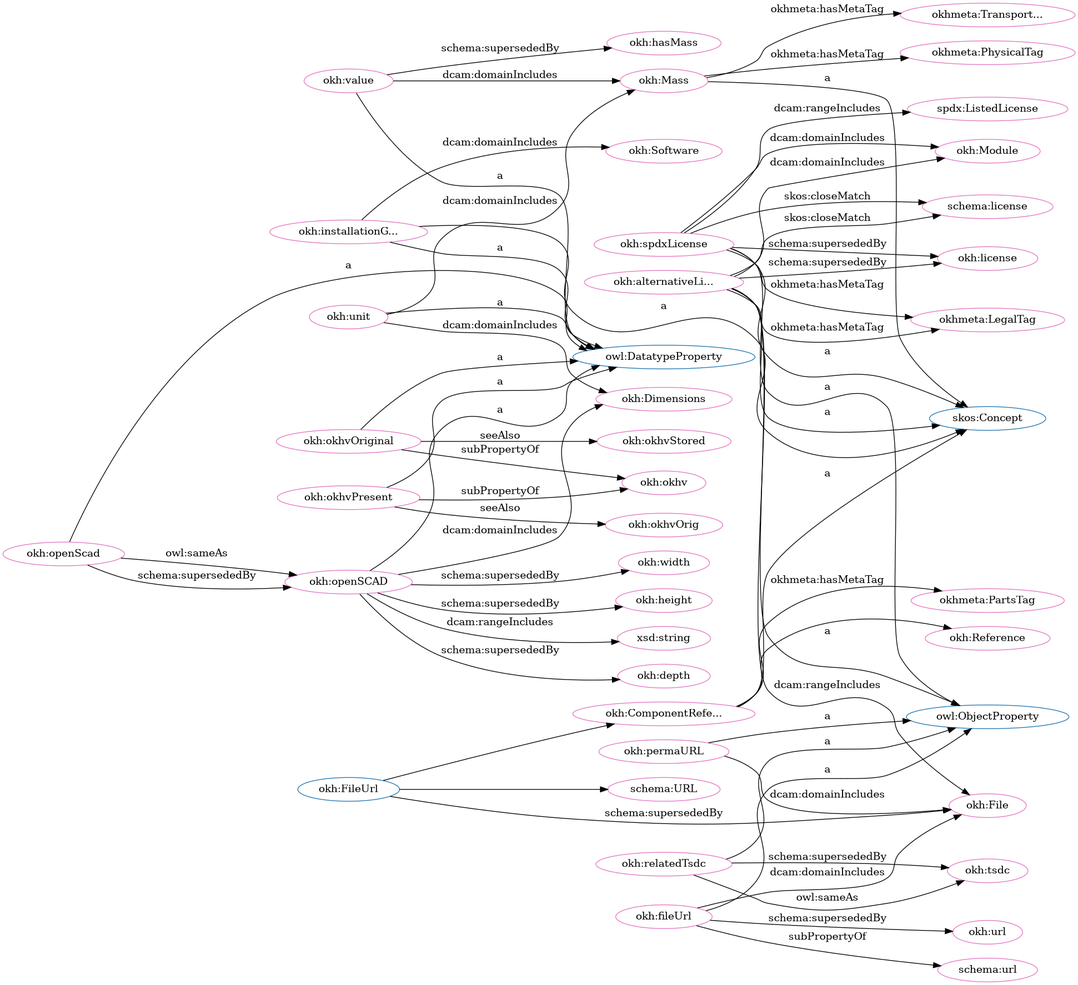
Before: src/spec/dot_okh_deprecated.png, a diagram exported from Graphviz (iop-alliance/OpenKnowHow). Its source is kept beside it as src/spec/dot_okh_deprecated.dot.
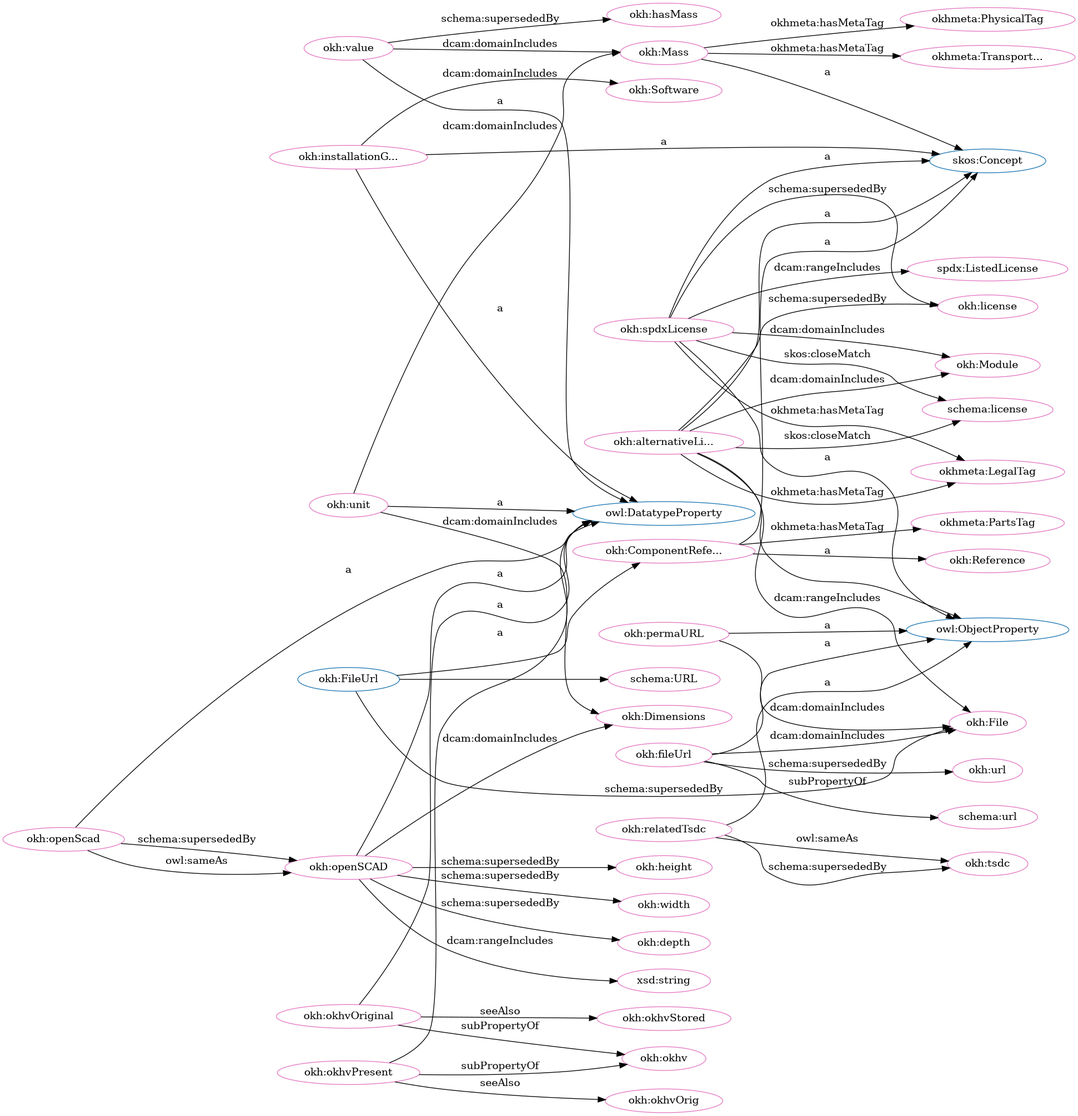
After the change.

Diff of the diagram source:
```diff
@@ -1,106 +1,106 @@
 digraph G {
   rankdir=BT
   node[height=.3]
-"http://w3id.org/oseg/ont/okh#Reference" [fillcolor="#1f77b4" color="#1f77b4" label="okh:Reference"]
+"http://www.w3.org/2002/07/owl#DatatypeProperty" [fillcolor="#1f77b4" color="#1f77b4" label="owl:DatatypeProperty"]
+"http://w3id.org/oseg/ont/okh#Mass" [fillcolor="#1f77b4" color="#1f77b4" label="okh:Mass"]
+"http://w3id.org/oseg/ont/okh#ComponentReference" [fillcolor="#1f77b4" color="#1f77b4" label="okh:ComponentRefe..."]
+"http://www.w3.org/2002/07/owl#ObjectProperty" [fillcolor="#1f77b4" color="#1f77b4" label="owl:ObjectProperty"]
 "http://w3id.org/oseg/ont/okh#FileUrl" [fillcolor="#1f77b4" color="#1f77b4" label="okh:FileUrl"]
 "http://schema.org/URL" [fillcolor="#1f77b4" color="#1f77b4" label="schema:URL"]
-"http://www.w3.org/2002/07/owl#DatatypeProperty" [fillcolor="#1f77b4" color="#1f77b4" label="owl:DatatypeProperty"]
 "http://www.w3.org/2004/02/skos/core#Concept" [fillcolor="#1f77b4" color="#1f77b4" label="skos:Concept"]
-"http://www.w3.org/2002/07/owl#ObjectProperty" [fillcolor="#1f77b4" color="#1f77b4" label="owl:ObjectProperty"]
-"http://w3id.org/oseg/ont/okh#ComponentReference" [fillcolor="#1f77b4" color="#1f77b4" label="okh:ComponentRefe..."]
-"http://w3id.org/oseg/ont/okh#Mass" [fillcolor="#1f77b4" color="#1f77b4" label="okh:Mass"]
+"http://w3id.org/oseg/ont/okh#Reference" [fillcolor="#1f77b4" color="#1f77b4" label="okh:Reference"]
+"http://w3id.org/oseg/ont/okhmetaTransportationTag" [fillcolor="#e377c2" color="#e377c2" label="okhmeta:Transport..."]
+"http://w3id.org/oseg/ont/okh#alternativeLicense" [fillcolor="#e377c2" color="#e377c2" label="okh:alternativeLi..."]
+"http://w3id.org/oseg/ont/okh#File" [fillcolor="#e377c2" color="#e377c2" label="okh:File"]
+"http://w3id.org/oseg/ont/okh#tsdc" [fillcolor="#e377c2" color="#e377c2" label="okh:tsdc"]
+"http://w3id.org/oseg/ont/okh#depth" [fillcolor="#e377c2" color="#e377c2" label="okh:depth"]
+"http://w3id.org/oseg/ont/okh#ComponentReference" [fillcolor="#e377c2" color="#e377c2" label="okh:ComponentRefe..."]
+"http://w3id.org/oseg/ont/okh#fileUrl" [fillcolor="#e377c2" color="#e377c2" label="okh:fileUrl"]
+"http://www.w3.org/2001/XMLSchema#string" [fillcolor="#e377c2" color="#e377c2" label="xsd:string"]
+"http://w3id.org/oseg/ont/okhmetaLegalTag" [fillcolor="#e377c2" color="#e377c2" label="okhmeta:LegalTag"]
+"http://w3id.org/oseg/ont/okh#value" [fillcolor="#e377c2" color="#e377c2" label="okh:value"]
+"http://w3id.org/oseg/ont/okh#installationGuide" [fillcolor="#e377c2" color="#e377c2" label="okh:installationG..."]
+"http://w3id.org/oseg/ont/okh#url" [fillcolor="#e377c2" color="#e377c2" label="okh:url"]
+"http://w3id.org/oseg/ont/okh#openSCAD" [fillcolor="#e377c2" color="#e377c2" label="okh:openSCAD"]
+"http://spdx.org/rdf/terms#ListedLicense" [fillcolor="#e377c2" color="#e377c2" label="spdx:ListedLicense"]
+"http://schema.org/license" [fillcolor="#e377c2" color="#e377c2" label="schema:license"]
+"http://w3id.org/oseg/ont/okh#Mass" [fillcolor="#e377c2" color="#e377c2" label="okh:Mass"]
+"http://w3id.org/oseg/ont/okhmetaPartsTag" [fillcolor="#e377c2" color="#e377c2" label="okhmeta:PartsTag"]
+"http://w3id.org/oseg/ont/okh#okhv" [fillcolor="#e377c2" color="#e377c2" label="okh:okhv"]
+"http://w3id.org/oseg/ont/okh#hasMass" [fillcolor="#e377c2" color="#e377c2" label="okh:hasMass"]
+"http://w3id.org/oseg/ont/okh#spdxLicense" [fillcolor="#e377c2" color="#e377c2" label="okh:spdxLicense"]
 "http://w3id.org/oseg/ont/okh#relatedTsdc" [fillcolor="#e377c2" color="#e377c2" label="okh:relatedTsdc"]
-"http://w3id.org/oseg/ont/okh#spdxLicense" [fillcolor="#e377c2" color="#e377c2" label="okh:spdxLicense"]
+"http://w3id.org/oseg/ont/okh#unit" [fillcolor="#e377c2" color="#e377c2" label="okh:unit"]
+"http://w3id.org/oseg/ont/okh#Module" [fillcolor="#e377c2" color="#e377c2" label="okh:Module"]
+"http://w3id.org/oseg/ont/okh#Dimensions" [fillcolor="#e377c2" color="#e377c2" label="okh:Dimensions"]
+"http://w3id.org/oseg/ont/okh#height" [fillcolor="#e377c2" color="#e377c2" label="okh:height"]
+"http://w3id.org/oseg/ont/okh#Software" [fillcolor="#e377c2" color="#e377c2" label="okh:Software"]
+"http://w3id.org/oseg/ont/okh#okhvStored" [fillcolor="#e377c2" color="#e377c2" label="okh:okhvStored"]
+"http://schema.org/url" [fillcolor="#e377c2" color="#e377c2" label="schema:url"]
+"http://w3id.org/oseg/ont/okh#width" [fillcolor="#e377c2" color="#e377c2" label="okh:width"]
+"http://w3id.org/oseg/ont/okh#Reference" [fillcolor="#e377c2" color="#e377c2" label="okh:Reference"]
+"http://w3id.org/oseg/ont/okh#okhvOriginal" [fillcolor="#e377c2" color="#e377c2" label="okh:okhvOriginal"]
+"http://schema.org/URL" [fillcolor="#e377c2" color="#e377c2" label="schema:URL"]
 "http://w3id.org/oseg/ont/okhmetaPhysicalTag" [fillcolor="#e377c2" color="#e377c2" label="okhmeta:PhysicalTag"]
-"http://w3id.org/oseg/ont/okhmetaLegalTag" [fillcolor="#e377c2" color="#e377c2" label="okhmeta:LegalTag"]
-"http://w3id.org/oseg/ont/okh#okhvOriginal" [fillcolor="#e377c2" color="#e377c2" label="okh:okhvOriginal"]
-"http://w3id.org/oseg/ont/okh#tsdc" [fillcolor="#e377c2" color="#e377c2" label="okh:tsdc"]
-"http://w3id.org/oseg/ont/okh#value" [fillcolor="#e377c2" color="#e377c2" label="okh:value"]
+"http://w3id.org/oseg/ont/okh#permaURL" [fillcolor="#e377c2" color="#e377c2" label="okh:permaURL"]
+"http://w3id.org/oseg/ont/okh#license" [fillcolor="#e377c2" color="#e377c2" label="okh:license"]
+"http://w3id.org/oseg/ont/okh#okhvOrig" [fillcolor="#e377c2" color="#e377c2" label="okh:okhvOrig"]
+"http://w3id.org/oseg/ont/okh#openScad" [fillcolor="#e377c2" color="#e377c2" label="okh:openScad"]
 "http://w3id.org/oseg/ont/okh#okhvPresent" [fillcolor="#e377c2" color="#e377c2" label="okh:okhvPresent"]
-"http://w3id.org/oseg/ont/okh#installationGuide" [fillcolor="#e377c2" color="#e377c2" label="okh:installationG..."]
-"http://w3id.org/oseg/ont/okh#Mass" [fillcolor="#e377c2" color="#e377c2" label="okh:Mass"]
-"http://w3id.org/oseg/ont/okh#ComponentReference" [fillcolor="#e377c2" color="#e377c2" label="okh:ComponentRefe..."]
-"http://schema.org/URL" [fillcolor="#e377c2" color="#e377c2" label="schema:URL"]
-"http://w3id.org/oseg/ont/okh#File" [fillcolor="#e377c2" color="#e377c2" label="okh:File"]
-"http://w3id.org/oseg/ont/okh#Reference" [fillcolor="#e377c2" color="#e377c2" label="okh:Reference"]
-"http://w3id.org/oseg/ont/okh#openScad" [fillcolor="#e377c2" color="#e377c2" label="okh:openScad"]
-"http://w3id.org/oseg/ont/okh#height" [fillcolor="#e377c2" color="#e377c2" label="okh:height"]
-"http://w3id.org/oseg/ont/okh#fileUrl" [fillcolor="#e377c2" color="#e377c2" label="okh:fileUrl"]
-"http://w3id.org/oseg/ont/okh#unit" [fillcolor="#e377c2" color="#e377c2" label="okh:unit"]
-"http://w3id.org/oseg/ont/okh#Dimensions" [fillcolor="#e377c2" color="#e377c2" label="okh:Dimensions"]
-"http://schema.org/license" [fillcolor="#e377c2" color="#e377c2" label="schema:license"]
-"http://w3id.org/oseg/ont/okh#url" [fillcolor="#e377c2" color="#e377c2" label="okh:url"]
-"http://w3id.org/oseg/ont/okh#depth" [fillcolor="#e377c2" color="#e377c2" label="okh:depth"]
-"http://w3id.org/oseg/ont/okh#alternativeLicense" [fillcolor="#e377c2" color="#e377c2" label="okh:alternativeLi..."]
-"http://w3id.org/oseg/ont/okh#hasMass" [fillcolor="#e377c2" color="#e377c2" label="okh:hasMass"]
-"http://spdx.org/rdf/terms#ListedLicense" [fillcolor="#e377c2" color="#e377c2" label="spdx:ListedLicense"]
-"http://w3id.org/oseg/ont/okh#okhvOrig" [fillcolor="#e377c2" color="#e377c2" label="okh:okhvOrig"]
-"http://w3id.org/oseg/ont/okh#openSCAD" [fillcolor="#e377c2" color="#e377c2" label="okh:openSCAD"]
-"http://w3id.org/oseg/ont/okh#Module" [fillcolor="#e377c2" color="#e377c2" label="okh:Module"]
-"http://w3id.org/oseg/ont/okhmetaTransportationTag" [fillcolor="#e377c2" color="#e377c2" label="okhmeta:Transport..."]
-"http://w3id.org/oseg/ont/okh#license" [fillcolor="#e377c2" color="#e377c2" label="okh:license"]
-"http://w3id.org/oseg/ont/okh#okhv" [fillcolor="#e377c2" color="#e377c2" label="okh:okhv"]
-"http://w3id.org/oseg/ont/okh#width" [fillcolor="#e377c2" color="#e377c2" label="okh:width"]
-"http://www.w3.org/2001/XMLSchema#string" [fillcolor="#e377c2" color="#e377c2" label="xsd:string"]
-"http://w3id.org/oseg/ont/okh#okhvStored" [fillcolor="#e377c2" color="#e377c2" label="okh:okhvStored"]
-"http://w3id.org/oseg/ont/okh#permaURL" [fillcolor="#e377c2" color="#e377c2" label="okh:permaURL"]
-"http://w3id.org/oseg/ont/okh#Software" [fillcolor="#e377c2" color="#e377c2" label="okh:Software"]
-"http://schema.org/url" [fillcolor="#e377c2" color="#e377c2" label="schema:url"]
-"http://w3id.org/oseg/ont/okhmetaPartsTag" [fillcolor="#e377c2" color="#e377c2" label="okhmeta:PartsTag"]
+  "http://w3id.org/oseg/ont/okh#Mass" -> "http://w3id.org/oseg/ont/okhmetaTransportationTag" [label="okhmeta:hasMetaTag"]
+  "http://w3id.org/oseg/ont/okh#alternativeLicense" -> "http://www.w3.org/2002/07/owl#ObjectProperty" [label="a"]
+  "http://w3id.org/oseg/ont/okh#fileUrl" -> "http://w3id.org/oseg/ont/okh#File" [label="dcam:domainIncludes"]
+  "http://w3id.org/oseg/ont/okh#relatedTsdc" -> "http://w3id.org/oseg/ont/okh#tsdc" [label="schema:supersededBy"]
+  "http://w3id.org/oseg/ont/okh#openSCAD" -> "http://w3id.org/oseg/ont/okh#depth" [label="schema:supersededBy"]
+  "http://w3id.org/oseg/ont/okh#relatedTsdc" -> "http://w3id.org/oseg/ont/okh#tsdc" [label="owl:sameAs"]
+  "http://w3id.org/oseg/ont/okh#FileUrl" -> "http://w3id.org/oseg/ont/okh#ComponentReference" [label=""]
+  "http://w3id.org/oseg/ont/okh#fileUrl" -> "http://www.w3.org/2002/07/owl#ObjectProperty" [label="a"]
+  "http://w3id.org/oseg/ont/okh#openSCAD" -> "http://www.w3.org/2001/XMLSchema#string" [label="dcam:rangeIncludes"]
+  "http://w3id.org/oseg/ont/okh#spdxLicense" -> "http://w3id.org/oseg/ont/okhmetaLegalTag" [label="okhmeta:hasMetaTag"]
+  "http://w3id.org/oseg/ont/okh#value" -> "http://www.w3.org/2002/07/owl#DatatypeProperty" [label="a"]
+  "http://w3id.org/oseg/ont/okh#installationGuide" -> "http://www.w3.org/2002/07/owl#DatatypeProperty" [label="a"]
+  "http://w3id.org/oseg/ont/okh#fileUrl" -> "http://w3id.org/oseg/ont/okh#url" [label="schema:supersededBy"]
+  "http://w3id.org/oseg/ont/okh#openSCAD" -> "http://www.w3.org/2002/07/owl#DatatypeProperty" [label="a"]
+  "http://w3id.org/oseg/ont/okh#spdxLicense" -> "http://spdx.org/rdf/terms#ListedLicense" [label="dcam:rangeIncludes"]
+  "http://w3id.org/oseg/ont/okh#alternativeLicense" -> "http://schema.org/license" [label="skos:closeMatch"]
+  "http://w3id.org/oseg/ont/okh#Mass" -> "http://www.w3.org/2004/02/skos/core#Concept" [label="a"]
+  "http://w3id.org/oseg/ont/okh#ComponentReference" -> "http://w3id.org/oseg/ont/okhmetaPartsTag" [label="okhmeta:hasMetaTag"]
+  "http://w3id.org/oseg/ont/okh#value" -> "http://w3id.org/oseg/ont/okh#Mass" [label="dcam:domainIncludes"]
+  "http://w3id.org/oseg/ont/okh#okhvPresent" -> "http://w3id.org/oseg/ont/okh#okhv" [label="subPropertyOf"]
+  "http://w3id.org/oseg/ont/okh#value" -> "http://w3id.org/oseg/ont/okh#hasMass" [label="schema:supersededBy"]
+  "http://w3id.org/oseg/ont/okh#spdxLicense" -> "http://www.w3.org/2002/07/owl#ObjectProperty" [label="a"]
   "http://w3id.org/oseg/ont/okh#relatedTsdc" -> "http://www.w3.org/2002/07/owl#ObjectProperty" [label="a"]
+  "http://w3id.org/oseg/ont/okh#unit" -> "http://www.w3.org/2002/07/owl#DatatypeProperty" [label="a"]
+  "http://w3id.org/oseg/ont/okh#okhvOriginal" -> "http://w3id.org/oseg/ont/okh#okhv" [label="subPropertyOf"]
+  "http://w3id.org/oseg/ont/okh#openScad" -> "http://w3id.org/oseg/ont/okh#openSCAD" [label="owl:sameAs"]
+  "http://w3id.org/oseg/ont/okh#unit" -> "http://w3id.org/oseg/ont/okh#Mass" [label="dcam:domainIncludes"]
+  "http://w3id.org/oseg/ont/okh#spdxLicense" -> "http://schema.org/license" [label="skos:closeMatch"]
+  "http://w3id.org/oseg/ont/okh#alternativeLicense" -> "http://w3id.org/oseg/ont/okh#Module" [label="dcam:domainIncludes"]
+  "http://w3id.org/oseg/ont/okh#openSCAD" -> "http://w3id.org/oseg/ont/okh#Dimensions" [label="dcam:domainIncludes"]
+  "http://w3id.org/oseg/ont/okh#installationGuide" -> "http://www.w3.org/2004/02/skos/core#Concept" [label="a"]
+  "http://w3id.org/oseg/ont/okh#openSCAD" -> "http://w3id.org/oseg/ont/okh#height" [label="schema:supersededBy"]
+  "http://w3id.org/oseg/ont/okh#installationGuide" -> "http://w3id.org/oseg/ont/okh#Software" [label="dcam:domainIncludes"]
+  "http://w3id.org/oseg/ont/okh#alternativeLicense" -> "http://w3id.org/oseg/ont/okh#File" [label="dcam:rangeIncludes"]
+  "http://w3id.org/oseg/ont/okh#ComponentReference" -> "http://www.w3.org/2004/02/skos/core#Concept" [label="a"]
+  "http://w3id.org/oseg/ont/okh#unit" -> "http://w3id.org/oseg/ont/okh#Dimensions" [label="dcam:domainIncludes"]
+  "http://w3id.org/oseg/ont/okh#okhvOriginal" -> "http://w3id.org/oseg/ont/okh#okhvStored" [label="seeAlso"]
+  "http://w3id.org/oseg/ont/okh#fileUrl" -> "http://schema.org/url" [label="subPropertyOf"]
+  "http://w3id.org/oseg/ont/okh#openSCAD" -> "http://w3id.org/oseg/ont/okh#width" [label="schema:supersededBy"]
+  "http://w3id.org/oseg/ont/okh#openScad" -> "http://w3id.org/oseg/ont/okh#openSCAD" [label="schema:supersededBy"]
+  "http://w3id.org/oseg/ont/okh#ComponentReference" -> "http://w3id.org/oseg/ont/okh#Reference" [label=""]
+  "http://w3id.org/oseg/ont/okh#spdxLicense" -> "http://w3id.org/oseg/ont/okh#Module" [label="dcam:domainIncludes"]
+  "http://w3id.org/oseg/ont/okh#FileUrl" -> "http://w3id.org/oseg/ont/okh#File" [label="schema:supersededBy"]
+  "http://w3id.org/oseg/ont/okh#permaURL" -> "http://w3id.org/oseg/ont/okh#File" [label="dcam:domainIncludes"]
+  "http://w3id.org/oseg/ont/okh#alternativeLicense" -> "http://www.w3.org/2004/02/skos/core#Concept" [label="a"]
+  "http://w3id.org/oseg/ont/okh#okhvOriginal" -> "http://www.w3.org/2002/07/owl#DatatypeProperty" [label="a"]
+  "http://w3id.org/oseg/ont/okh#FileUrl" -> "http://schema.org/URL" [label=""]
   "http://w3id.org/oseg/ont/okh#spdxLicense" -> "http://www.w3.org/2004/02/skos/core#Concept" [label="a"]
   "http://w3id.org/oseg/ont/okh#Mass" -> "http://w3id.org/oseg/ont/okhmetaPhysicalTag" [label="okhmeta:hasMetaTag"]
-  "http://w3id.org/oseg/ont/okh#spdxLicense" -> "http://w3id.org/oseg/ont/okhmetaLegalTag" [label="okhmeta:hasMetaTag"]
-  "http://w3id.org/oseg/ont/okh#okhvOriginal" -> "http://www.w3.org/2002/07/owl#DatatypeProperty" [label="a"]
-  "http://w3id.org/oseg/ont/okh#relatedTsdc" -> "http://w3id.org/oseg/ont/okh#tsdc" [label="schema:supersededBy"]
-  "http://w3id.org/oseg/ont/okh#value" -> "http://www.w3.org/2002/07/owl#DatatypeProperty" [label="a"]
+  "http://w3id.org/oseg/ont/okh#permaURL" -> "http://www.w3.org/2002/07/owl#ObjectProperty" [label="a"]
+  "http://w3id.org/oseg/ont/okh#alternativeLicense" -> "http://w3id.org/oseg/ont/okhmetaLegalTag" [label="okhmeta:hasMetaTag"]
+  "http://w3id.org/oseg/ont/okh#alternativeLicense" -> "http://w3id.org/oseg/ont/okh#license" [label="schema:supersededBy"]
+  "http://w3id.org/oseg/ont/okh#okhvPresent" -> "http://w3id.org/oseg/ont/okh#okhvOrig" [label="seeAlso"]
+  "http://w3id.org/oseg/ont/okh#openScad" -> "http://www.w3.org/2002/07/owl#DatatypeProperty" [label="a"]
+  "http://w3id.org/oseg/ont/okh#spdxLicense" -> "http://w3id.org/oseg/ont/okh#license" [label="schema:supersededBy"]
   "http://w3id.org/oseg/ont/okh#okhvPresent" -> "http://www.w3.org/2002/07/owl#DatatypeProperty" [label="a"]
-  "http://w3id.org/oseg/ont/okh#installationGuide" -> "http://www.w3.org/2004/02/skos/core#Concept" [label="a"]
-  "http://w3id.org/oseg/ont/okh#Mass" -> "http://www.w3.org/2004/02/skos/core#Concept" [label="a"]
-  "http://w3id.org/oseg/ont/okh#FileUrl" -> "http://w3id.org/oseg/ont/okh#ComponentReference" [label=""]
-  "http://w3id.org/oseg/ont/okh#value" -> "http://w3id.org/oseg/ont/okh#Mass" [label="dcam:domainIncludes"]
-  "http://w3id.org/oseg/ont/okh#FileUrl" -> "http://schema.org/URL" [label=""]
-  "http://w3id.org/oseg/ont/okh#permaURL" -> "http://w3id.org/oseg/ont/okh#File" [label="dcam:domainIncludes"]
-  "http://w3id.org/oseg/ont/okh#ComponentReference" -> "http://w3id.org/oseg/ont/okh#Reference" [label=""]
-  "http://w3id.org/oseg/ont/okh#openScad" -> "http://www.w3.org/2002/07/owl#DatatypeProperty" [label="a"]
-  "http://w3id.org/oseg/ont/okh#openSCAD" -> "http://w3id.org/oseg/ont/okh#height" [label="schema:supersededBy"]
-  "http://w3id.org/oseg/ont/okh#fileUrl" -> "http://www.w3.org/2002/07/owl#ObjectProperty" [label="a"]
-  "http://w3id.org/oseg/ont/okh#unit" -> "http://www.w3.org/2002/07/owl#DatatypeProperty" [label="a"]
-  "http://w3id.org/oseg/ont/okh#openSCAD" -> "http://w3id.org/oseg/ont/okh#Dimensions" [label="dcam:domainIncludes"]
-  "http://w3id.org/oseg/ont/okh#alternativeLicense" -> "http://schema.org/license" [label="skos:closeMatch"]
-  "http://w3id.org/oseg/ont/okh#fileUrl" -> "http://w3id.org/oseg/ont/okh#url" [label="schema:supersededBy"]
-  "http://w3id.org/oseg/ont/okh#openSCAD" -> "http://w3id.org/oseg/ont/okh#depth" [label="schema:supersededBy"]
-  "http://w3id.org/oseg/ont/okh#alternativeLicense" -> "http://www.w3.org/2002/07/owl#ObjectProperty" [label="a"]
-  "http://w3id.org/oseg/ont/okh#value" -> "http://w3id.org/oseg/ont/okh#hasMass" [label="schema:supersededBy"]
-  "http://w3id.org/oseg/ont/okh#spdxLicense" -> "http://spdx.org/rdf/terms#ListedLicense" [label="dcam:rangeIncludes"]
-  "http://w3id.org/oseg/ont/okh#unit" -> "http://w3id.org/oseg/ont/okh#Mass" [label="dcam:domainIncludes"]
-  "http://w3id.org/oseg/ont/okh#FileUrl" -> "http://w3id.org/oseg/ont/okh#File" [label="schema:supersededBy"]
-  "http://w3id.org/oseg/ont/okh#okhvPresent" -> "http://w3id.org/oseg/ont/okh#okhvOrig" [label="seeAlso"]
-  "http://w3id.org/oseg/ont/okh#unit" -> "http://w3id.org/oseg/ont/okh#Dimensions" [label="dcam:domainIncludes"]
-  "http://w3id.org/oseg/ont/okh#openScad" -> "http://w3id.org/oseg/ont/okh#openSCAD" [label="schema:supersededBy"]
-  "http://w3id.org/oseg/ont/okh#alternativeLicense" -> "http://w3id.org/oseg/ont/okh#Module" [label="dcam:domainIncludes"]
-  "http://w3id.org/oseg/ont/okh#Mass" -> "http://w3id.org/oseg/ont/okhmetaTransportationTag" [label="okhmeta:hasMetaTag"]
-  "http://w3id.org/oseg/ont/okh#alternativeLicense" -> "http://w3id.org/oseg/ont/okhmetaLegalTag" [label="okhmeta:hasMetaTag"]
-  "http://w3id.org/oseg/ont/okh#relatedTsdc" -> "http://w3id.org/oseg/ont/okh#tsdc" [label="owl:sameAs"]
-  "http://w3id.org/oseg/ont/okh#openSCAD" -> "http://www.w3.org/2002/07/owl#DatatypeProperty" [label="a"]
-  "http://w3id.org/oseg/ont/okh#alternativeLicense" -> "http://w3id.org/oseg/ont/okh#license" [label="schema:supersededBy"]
-  "http://w3id.org/oseg/ont/okh#okhvOriginal" -> "http://w3id.org/oseg/ont/okh#okhv" [label="subPropertyOf"]
-  "http://w3id.org/oseg/ont/okh#openSCAD" -> "http://w3id.org/oseg/ont/okh#width" [label="schema:supersededBy"]
-  "http://w3id.org/oseg/ont/okh#spdxLicense" -> "http://schema.org/license" [label="skos:closeMatch"]
-  "http://w3id.org/oseg/ont/okh#spdxLicense" -> "http://www.w3.org/2002/07/owl#ObjectProperty" [label="a"]
-  "http://w3id.org/oseg/ont/okh#fileUrl" -> "http://w3id.org/oseg/ont/okh#File" [label="dcam:domainIncludes"]
-  "http://w3id.org/oseg/ont/okh#alternativeLicense" -> "http://www.w3.org/2004/02/skos/core#Concept" [label="a"]
-  "http://w3id.org/oseg/ont/okh#openSCAD" -> "http://www.w3.org/2001/XMLSchema#string" [label="dcam:rangeIncludes"]
-  "http://w3id.org/oseg/ont/okh#ComponentReference" -> "http://www.w3.org/2004/02/skos/core#Concept" [label="a"]
-  "http://w3id.org/oseg/ont/okh#okhvOriginal" -> "http://w3id.org/oseg/ont/okh#okhvStored" [label="seeAlso"]
-  "http://w3id.org/oseg/ont/okh#spdxLicense" -> "http://w3id.org/oseg/ont/okh#Module" [label="dcam:domainIncludes"]
-  "http://w3id.org/oseg/ont/okh#openScad" -> "http://w3id.org/oseg/ont/okh#openSCAD" [label="owl:sameAs"]
-  "http://w3id.org/oseg/ont/okh#permaURL" -> "http://www.w3.org/2002/07/owl#ObjectProperty" [label="a"]
-  "http://w3id.org/oseg/ont/okh#installationGuide" -> "http://w3id.org/oseg/ont/okh#Software" [label="dcam:domainIncludes"]
-  "http://w3id.org/oseg/ont/okh#alternativeLicense" -> "http://w3id.org/oseg/ont/okh#File" [label="dcam:rangeIncludes"]
-  "http://w3id.org/oseg/ont/okh#spdxLicense" -> "http://w3id.org/oseg/ont/okh#license" [label="schema:supersededBy"]
-  "http://w3id.org/oseg/ont/okh#fileUrl" -> "http://schema.org/url" [label="subPropertyOf"]
-  "http://w3id.org/oseg/ont/okh#ComponentReference" -> "http://w3id.org/oseg/ont/okhmetaPartsTag" [label="okhmeta:hasMetaTag"]
-  "http://w3id.org/oseg/ont/okh#okhvPresent" -> "http://w3id.org/oseg/ont/okh#okhv" [label="subPropertyOf"]
-  "http://w3id.org/oseg/ont/okh#installationGuide" -> "http://www.w3.org/2002/07/owl#DatatypeProperty" [label="a"]
 }
```
